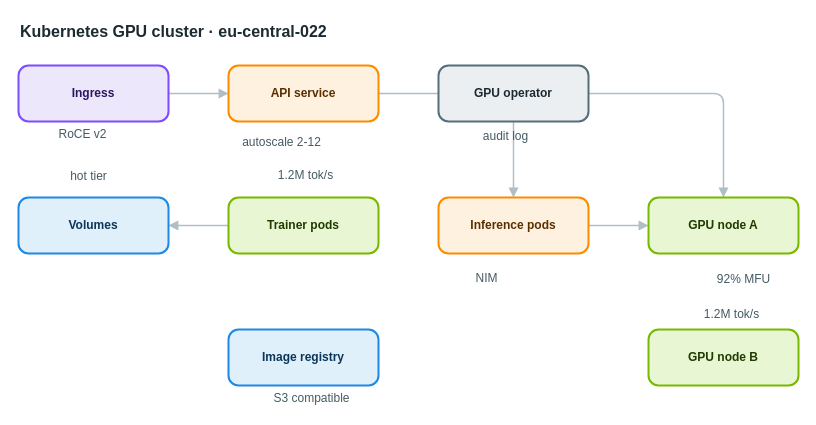
Above: apps/web/public/samples/library/022-kubernetes-gpu-cluster.drawio in AryanG01/open-apprentice (draw.io), before the change. Source tidied: cells renumbered, new cells numbered last; positions are measured from the earlier drawing's top-left corner, leaving out a move shared by most shapes. Both pictures are drawn from the tidied source at 100%, with x=0, y=0 at pixel (18, 17).
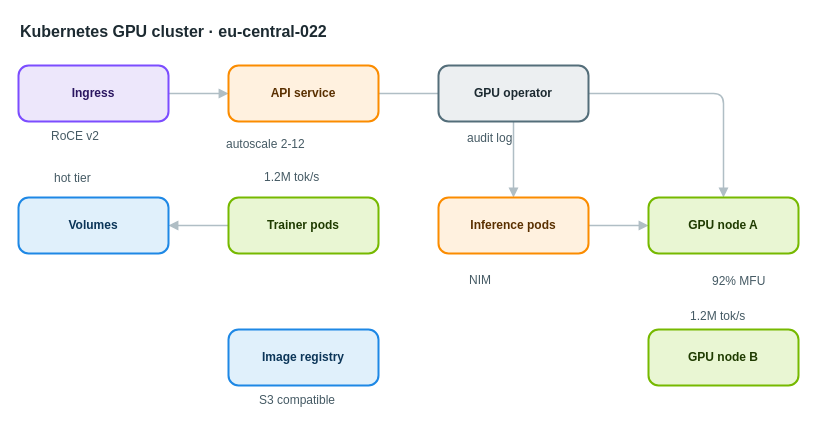
After the change.

Change to the diagram source:
```diff
@@
-    <mxCell id="17" value="RoCE v2" style="text;html=1;align=center;verticalAlign=middle;whiteSpace=nowrap;strokeColor=none;fillColor=none;fontSize=12;fontColor=#455a64;" parent="1" vertex="1">
+    <mxCell id="17" value="RoCE v2" style="text;html=1;align=left;verticalAlign=top;whiteSpace=nowrap;spacing=0;spacingTop=0;strokeColor=none;fillColor=none;fontSize=12;fontColor=#455a64;" parent="1" vertex="1">
       <mxGeometry x="33" y="107" width="61" height="20" as="geometry" />
     </mxCell>
-    <mxCell id="18" value="autoscale 2-12" style="text;html=1;align=center;verticalAlign=middle;whiteSpace=nowrap;strokeColor=none;fillColor=none;fontSize=12;fontColor=#455a64;" parent="1" vertex="1">
+    <mxCell id="18" value="autoscale 2-12" style="text;html=1;align=left;verticalAlign=top;whiteSpace=nowrap;spacing=0;spacingTop=0;strokeColor=none;fillColor=none;fontSize=12;fontColor=#455a64;" parent="1" vertex="1">
       <mxGeometry x="208" y="115" width="110" height="20" as="geometry" />
     </mxCell>
-    <mxCell id="19" value="audit log" style="text;html=1;align=center;verticalAlign=middle;whiteSpace=nowrap;strokeColor=none;fillColor=none;fontSize=12;fontColor=#455a64;" parent="1" vertex="1">
+    <mxCell id="19" value="audit log" style="text;html=1;align=left;verticalAlign=top;whiteSpace=nowrap;spacing=0;spacingTop=0;strokeColor=none;fillColor=none;fontSize=12;fontColor=#455a64;" parent="1" vertex="1">
       <mxGeometry x="449" y="109" width="75" height="20" as="geometry" />
     </mxCell>
-    <mxCell id="20" value="1.2M tok/s" style="text;html=1;align=center;verticalAlign=middle;whiteSpace=nowrap;strokeColor=none;fillColor=none;fontSize=12;fontColor=#455a64;" parent="1" vertex="1">
+    <mxCell id="20" value="1.2M tok/s" style="text;html=1;align=left;verticalAlign=top;whiteSpace=nowrap;spacing=0;spacingTop=0;strokeColor=none;fillColor=none;fontSize=12;fontColor=#455a64;" parent="1" vertex="1">
       <mxGeometry x="246" y="148" width="82" height="20" as="geometry" />
     </mxCell>
-    <mxCell id="21" value="NIM" style="text;html=1;align=center;verticalAlign=middle;whiteSpace=nowrap;strokeColor=none;fillColor=none;fontSize=12;fontColor=#455a64;" parent="1" vertex="1">
+    <mxCell id="21" value="NIM" style="text;html=1;align=left;verticalAlign=top;whiteSpace=nowrap;spacing=0;spacingTop=0;strokeColor=none;fillColor=none;fontSize=12;fontColor=#455a64;" parent="1" vertex="1">
       <mxGeometry x="451" y="251" width="33" height="20" as="geometry" />
     </mxCell>
-    <mxCell id="22" value="92% MFU" style="text;html=1;align=center;verticalAlign=middle;whiteSpace=nowrap;strokeColor=none;fillColor=none;fontSize=12;fontColor=#455a64;" parent="1" vertex="1">
+    <mxCell id="22" value="92% MFU" style="text;html=1;align=left;verticalAlign=top;whiteSpace=nowrap;spacing=0;spacingTop=0;strokeColor=none;fillColor=none;fontSize=12;fontColor=#455a64;" parent="1" vertex="1">
       <mxGeometry x="694" y="252" width="61" height="20" as="geometry" />
     </mxCell>
-    <mxCell id="23" value="1.2M tok/s" style="text;html=1;align=center;verticalAlign=middle;whiteSpace=nowrap;strokeColor=none;fillColor=none;fontSize=12;fontColor=#455a64;" parent="1" vertex="1">
+    <mxCell id="23" value="1.2M tok/s" style="text;html=1;align=left;verticalAlign=top;whiteSpace=nowrap;spacing=0;spacingTop=0;strokeColor=none;fillColor=none;fontSize=12;fontColor=#455a64;" parent="1" vertex="1">
       <mxGeometry x="672" y="287" width="82" height="20" as="geometry" />
     </mxCell>
-    <mxCell id="24" value="hot tier" style="text;html=1;align=center;verticalAlign=middle;whiteSpace=nowrap;strokeColor=none;fillColor=none;fontSize=12;fontColor=#455a64;" parent="1" vertex="1">
+    <mxCell id="24" value="hot tier" style="text;html=1;align=left;verticalAlign=top;whiteSpace=nowrap;spacing=0;spacingTop=0;strokeColor=none;fillColor=none;fontSize=12;fontColor=#455a64;" parent="1" vertex="1">
       <mxGeometry x="36" y="149" width="68" height="20" as="geometry" />
     </mxCell>
-    <mxCell id="25" value="S3 compatible" style="text;html=1;align=center;verticalAlign=middle;whiteSpace=nowrap;strokeColor=none;fillColor=none;fontSize=12;fontColor=#455a64;" parent="1" vertex="1">
+    <mxCell id="25" value="S3 compatible" style="text;html=1;align=left;verticalAlign=top;whiteSpace=nowrap;spacing=0;spacingTop=0;strokeColor=none;fillColor=none;fontSize=12;fontColor=#455a64;" parent="1" vertex="1">
       <mxGeometry x="241" y="371" width="103" height="20" as="geometry" />
     </mxCell>
```
